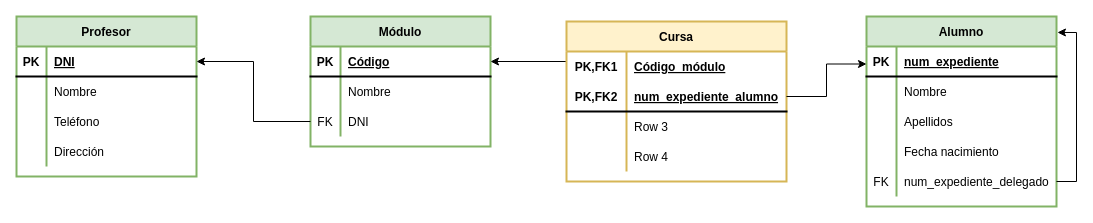
Carball04/Trabajos-E-R keeps this draw.io diagram as Tablas/Tarea 5.drawio. Above is the earlier version. Source tidied: cells renumbered, new cells numbered last; positions are measured from the earlier drawing's top-left corner, leaving out a move shared by most shapes. Both pictures are drawn from the tidied source at 100%, with x=0, y=0 at pixel (16, 16).
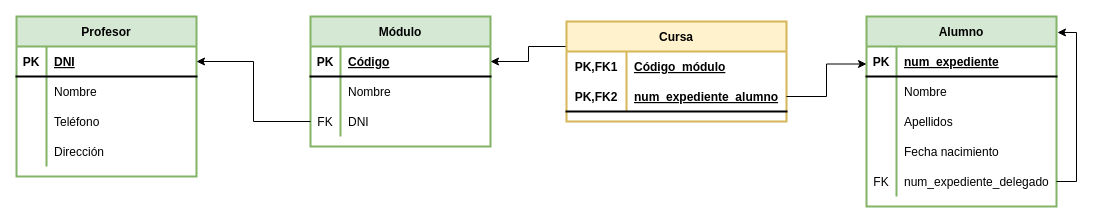
Above is the later version.

Diff of the diagram source:
```diff
@@
     <mxCell id="27" value="Cursa" style="shape=table;startSize=30;childLayout=tableLayout;rowLines=0;fontStyle=1;align=center;strokeWidth=2;fillColor=#fff2cc;strokeColor=#d6b656;" parent="1" vertex="1">
-      <mxGeometry x="550" y="5" width="220" height="160" as="geometry" />
+      <mxGeometry x="550" y="5" width="220" height="100" as="geometry" />
     </mxCell>
@@
-    <mxCell id="34" style="shape=tableRow;horizontal=0;startSize=0;swimlaneHead=0;swimlaneBody=0;fillColor=none;top=0;left=0;right=0;bottom=0;strokeWidth=2;" parent="27" vertex="1">
-      <mxGeometry y="90" width="220" height="30" as="geometry" />
-    </mxCell>
-    <mxCell id="35" style="shape=partialRectangle;fillColor=none;top=0;left=0;bottom=0;right=0;overflow=hidden;strokeWidth=2;" parent="34" vertex="1">
-      <mxGeometry width="60" height="30" as="geometry" />
-    </mxCell>
-    <mxCell id="36" value="Row 3" style="shape=partialRectangle;fillColor=none;top=0;left=0;bottom=0;right=0;align=left;spacingLeft=6;overflow=hidden;strokeWidth=2;" parent="34" vertex="1">
-      <mxGeometry x="60" width="160" height="30" as="geometry" />
-    </mxCell>
-    <mxCell id="37" style="shape=tableRow;horizontal=0;startSize=0;swimlaneHead=0;swimlaneBody=0;fillColor=none;top=0;left=0;right=0;bottom=0;strokeWidth=2;" parent="27" vertex="1">
-      <mxGeometry y="120" width="220" height="30" as="geometry" />
-    </mxCell>
-    <mxCell id="38" style="shape=partialRectangle;fillColor=none;top=0;left=0;bottom=0;right=0;overflow=hidden;strokeWidth=2;" parent="37" vertex="1">
-      <mxGeometry width="60" height="30" as="geometry" />
-    </mxCell>
-    <mxCell id="39" value="Row 4" style="shape=partialRectangle;fillColor=none;top=0;left=0;bottom=0;right=0;align=left;spacingLeft=6;overflow=hidden;strokeWidth=2;" parent="37" vertex="1">
-      <mxGeometry x="60" width="160" height="30" as="geometry" />
-    </mxCell>
```
